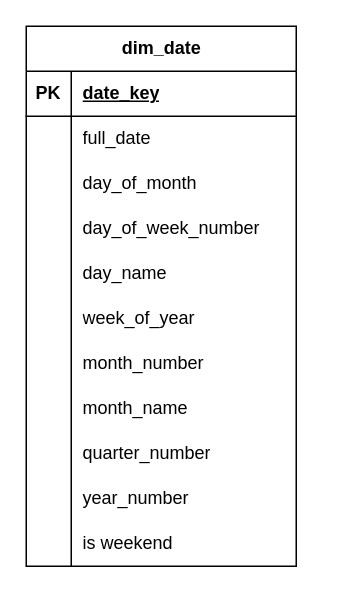
This is 02_documentation/star_schema.drawio from Rofhiwa-Muthivhi/olist_dwh_solution, a draw.io file, before an edit. Source tidied: cells renumbered, new cells numbered last; positions are measured from the earlier drawing's top-left corner, leaving out a move shared by most shapes. Both pictures are drawn from the tidied source at 150%, with x=0, y=0 at pixel (26, 26).
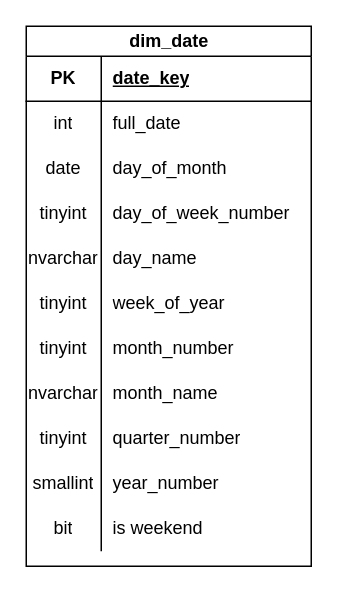
Above is the later version.

Commit message:
Star schema dim date table data types added.

What changed in the source:
```diff
@@
-    <mxCell id="2" value="dim_date" style="shape=table;startSize=30;childLayout=tableLayout;rowLines=0;fontStyle=1;align=center;html=1;" parent="1" vertex="1">
-      <mxGeometry width="180" height="360" as="geometry" />
+    <mxCell id="2" value="dim_date" style="shape=table;startSize=20;childLayout=tableLayout;rowLines=0;fontStyle=1;align=center;html=1;" parent="1" vertex="1">
+      <mxGeometry width="190" height="360" as="geometry" />
     </mxCell>
     <mxCell id="3" style="shape=tableRow;horizontal=0;startSize=0;swimlaneHead=0;swimlaneBody=0;fillColor=none;top=0;left=0;right=0;bottom=1;" parent="2" vertex="1">
-      <mxGeometry y="30" width="180" height="30" as="geometry" />
+      <mxGeometry y="20" width="190" height="30" as="geometry" />
     </mxCell>
     <mxCell id="4" value="PK" style="shape=partialRectangle;fillColor=none;top=0;left=0;bottom=0;right=0;fontStyle=1;overflow=hidden;whiteSpace=wrap;html=1;" parent="3" vertex="1">
-      <mxGeometry width="30" height="30" as="geometry" />
+      <mxGeometry width="50" height="30" as="geometry" />
     </mxCell>
     <mxCell id="5" value="date_key" style="shape=partialRectangle;fillColor=none;top=0;left=0;bottom=0;right=0;align=left;spacingLeft=6;fontStyle=5;overflow=hidden;whiteSpace=wrap;html=1;" parent="3" vertex="1">
-      <mxGeometry x="30" width="150" height="30" as="geometry" />
+      <mxGeometry x="50" width="140" height="30" as="geometry" />
     </mxCell>
     <mxCell id="6" style="shape=tableRow;horizontal=0;startSize=0;swimlaneHead=0;swimlaneBody=0;fillColor=none;top=0;left=0;right=0;bottom=0;" parent="2" vertex="1">
-      <mxGeometry y="60" width="180" height="30" as="geometry" />
+      <mxGeometry y="50" width="190" height="30" as="geometry" />
     </mxCell>
-    <mxCell id="7" style="shape=partialRectangle;fillColor=none;top=0;left=0;bottom=0;right=0;overflow=hidden;whiteSpace=wrap;html=1;" parent="6" vertex="1">
-      <mxGeometry width="30" height="30" as="geometry" />
+    <mxCell id="7" value="int" style="shape=partialRectangle;fillColor=none;top=0;left=0;bottom=0;right=0;overflow=hidden;whiteSpace=wrap;html=1;" parent="6" vertex="1">
+      <mxGeometry width="50" height="30" as="geometry" />
     </mxCell>
     <mxCell id="8" value="full_date" style="shape=partialRectangle;fillColor=none;top=0;left=0;bottom=0;right=0;align=left;spacingLeft=6;overflow=hidden;whiteSpace=wrap;html=1;" parent="6" vertex="1">
-      <mxGeometry x="30" width="150" height="30" as="geometry" />
+      <mxGeometry x="50" width="140" height="30" as="geometry" />
     </mxCell>
     <mxCell id="9" style="shape=tableRow;horizontal=0;startSize=0;swimlaneHead=0;swimlaneBody=0;fillColor=none;top=0;left=0;right=0;bottom=0;" parent="2" vertex="1">
-      <mxGeometry y="90" width="180" height="30" as="geometry" />
+      <mxGeometry y="80" width="190" height="30" as="geometry" />
     </mxCell>
-    <mxCell id="10" style="shape=partialRectangle;fillColor=none;top=0;left=0;bottom=0;right=0;overflow=hidden;whiteSpace=wrap;html=1;" parent="9" vertex="1">
-      <mxGeometry width="30" height="30" as="geometry" />
+    <mxCell id="10" value="date" style="shape=partialRectangle;fillColor=none;top=0;left=0;bottom=0;right=0;overflow=hidden;whiteSpace=wrap;html=1;" parent="9" vertex="1">
+      <mxGeometry width="50" height="30" as="geometry" />
     </mxCell>
     <mxCell id="11" value="day_of_month" style="shape=partialRectangle;fillColor=none;top=0;left=0;bottom=0;right=0;align=left;spacingLeft=6;overflow=hidden;whiteSpace=wrap;html=1;" parent="9" vertex="1">
-      <mxGeometry x="30" width="150" height="30" as="geometry" />
+      <mxGeometry x="50" width="140" height="30" as="geometry" />
     </mxCell>
     <mxCell id="12" style="shape=tableRow;horizontal=0;startSize=0;swimlaneHead=0;swimlaneBody=0;fillColor=none;points=[[0,0.5],[1,0.5]];portConstraint=eastwest;top=0;left=0;right=0;bottom=0;" parent="2" vertex="1">
-      <mxGeometry y="120" width="180" height="30" as="geometry" />
+      <mxGeometry y="110" width="190" height="30" as="geometry" />
     </mxCell>
-    <mxCell id="13" style="shape=partialRectangle;fillColor=none;top=0;left=0;bottom=0;right=0;overflow=hidden;whiteSpace=wrap;html=1;" parent="12" vertex="1">
-      <mxGeometry width="30" height="30" as="geometry" />
+    <mxCell id="13" value="tinyint" style="shape=partialRectangle;fillColor=none;top=0;left=0;bottom=0;right=0;overflow=hidden;whiteSpace=wrap;html=1;" parent="12" vertex="1">
+      <mxGeometry width="50" height="30" as="geometry" />
     </mxCell>
     <mxCell id="14" value="day_of_week_number" style="shape=partialRectangle;fillColor=none;top=0;left=0;bottom=0;right=0;align=left;spacingLeft=6;overflow=hidden;whiteSpace=wrap;html=1;" parent="12" vertex="1">
-      <mxGeometry x="30" width="150" height="30" as="geometry" />
+      <mxGeometry x="50" width="140" height="30" as="geometry" />
     </mxCell>
     <mxCell id="15" style="shape=tableRow;horizontal=0;startSize=0;swimlaneHead=0;swimlaneBody=0;fillColor=none;top=0;left=0;right=0;bottom=0;" parent="2" vertex="1">
-      <mxGeometry y="150" width="180" height="30" as="geometry" />
+      <mxGeometry y="140" width="190" height="30" as="geometry" />
     </mxCell>
-    <mxCell id="16" style="shape=partialRectangle;fillColor=none;top=0;left=0;bottom=0;right=0;overflow=hidden;whiteSpace=wrap;html=1;" parent="15" vertex="1">
-      <mxGeometry width="30" height="30" as="geometry" />
+    <mxCell id="16" value="nvarchar" style="shape=partialRectangle;fillColor=none;top=0;left=0;bottom=0;right=0;overflow=hidden;whiteSpace=wrap;html=1;" parent="15" vertex="1">
+      <mxGeometry width="50" height="30" as="geometry" />
     </mxCell>
     <mxCell id="17" value="day_name" style="shape=partialRectangle;fillColor=none;top=0;left=0;bottom=0;right=0;align=left;spacingLeft=6;overflow=hidden;whiteSpace=wrap;html=1;" parent="15" vertex="1">
-      <mxGeometry x="30" width="150" height="30" as="geometry" />
+      <mxGeometry x="50" width="140" height="30" as="geometry" />
     </mxCell>
     <mxCell id="18" style="shape=tableRow;horizontal=0;startSize=0;swimlaneHead=0;swimlaneBody=0;fillColor=none;top=0;left=0;right=0;bottom=0;" parent="2" vertex="1">
-      <mxGeometry y="180" width="180" height="30" as="geometry" />
+      <mxGeometry y="170" width="190" height="30" as="geometry" />
     </mxCell>
-    <mxCell id="19" style="shape=partialRectangle;fillColor=none;top=0;left=0;bottom=0;right=0;overflow=hidden;whiteSpace=wrap;html=1;" parent="18" vertex="1">
-      <mxGeometry width="30" height="30" as="geometry" />
+    <mxCell id="19" value="tinyint" style="shape=partialRectangle;fillColor=none;top=0;left=0;bottom=0;right=0;overflow=hidden;whiteSpace=wrap;html=1;" parent="18" vertex="1">
+      <mxGeometry width="50" height="30" as="geometry" />
     </mxCell>
     <mxCell id="20" value="week_of_year" style="shape=partialRectangle;fillColor=none;top=0;left=0;bottom=0;right=0;align=left;spacingLeft=6;overflow=hidden;whiteSpace=wrap;html=1;" parent="18" vertex="1">
-      <mxGeometry x="30" width="150" height="30" as="geometry" />
+      <mxGeometry x="50" width="140" height="30" as="geometry" />
     </mxCell>
     <mxCell id="21" style="shape=tableRow;horizontal=0;startSize=0;swimlaneHead=0;swimlaneBody=0;fillColor=none;top=0;left=0;right=0;bottom=0;" parent="2" vertex="1">
-      <mxGeometry y="210" width="180" height="30" as="geometry" />
+      <mxGeometry y="200" width="190" height="30" as="geometry" />
     </mxCell>
-    <mxCell id="22" style="shape=partialRectangle;fillColor=none;top=0;left=0;bottom=0;right=0;overflow=hidden;whiteSpace=wrap;html=1;" parent="21" vertex="1">
-      <mxGeometry width="30" height="30" as="geometry" />
+    <mxCell id="22" value="tinyint" style="shape=partialRectangle;fillColor=none;top=0;left=0;bottom=0;right=0;overflow=hidden;whiteSpace=wrap;html=1;" parent="21" vertex="1">
+      <mxGeometry width="50" height="30" as="geometry" />
     </mxCell>
     <mxCell id="23" value="month_number" style="shape=partialRectangle;fillColor=none;top=0;left=0;bottom=0;right=0;align=left;spacingLeft=6;overflow=hidden;whiteSpace=wrap;html=1;" parent="21" vertex="1">
-      <mxGeometry x="30" width="150" height="30" as="geometry" />
+      <mxGeometry x="50" width="140" height="30" as="geometry" />
     </mxCell>
     <mxCell id="24" style="shape=tableRow;horizontal=0;startSize=0;swimlaneHead=0;swimlaneBody=0;fillColor=none;top=0;left=0;right=0;bottom=0;" parent="2" vertex="1">
-      <mxGeometry y="240" width="180" height="30" as="geometry" />
+      <mxGeometry y="230" width="190" height="30" as="geometry" />
     </mxCell>
-    <mxCell id="25" style="shape=partialRectangle;fillColor=none;top=0;left=0;bottom=0;right=0;overflow=hidden;whiteSpace=wrap;html=1;" parent="24" vertex="1">
-      <mxGeometry width="30" height="30" as="geometry" />
+    <mxCell id="25" value="nvarchar" style="shape=partialRectangle;fillColor=none;top=0;left=0;bottom=0;right=0;overflow=hidden;whiteSpace=wrap;html=1;" parent="24" vertex="1">
+      <mxGeometry width="50" height="30" as="geometry" />
     </mxCell>
     <mxCell id="26" value="month_name" style="shape=partialRectangle;fillColor=none;top=0;left=0;bottom=0;right=0;align=left;spacingLeft=6;overflow=hidden;whiteSpace=wrap;html=1;" parent="24" vertex="1">
-      <mxGeometry x="30" width="150" height="30" as="geometry" />
+      <mxGeometry x="50" width="140" height="30" as="geometry" />
     </mxCell>
     <mxCell id="27" style="shape=tableRow;horizontal=0;startSize=0;swimlaneHead=0;swimlaneBody=0;fillColor=none;top=0;left=0;right=0;bottom=0;" parent="2" vertex="1">
-      <mxGeometry y="270" width="180" height="30" as="geometry" />
+      <mxGeometry y="260" width="190" height="30" as="geometry" />
     </mxCell>
-    <mxCell id="28" style="shape=partialRectangle;fillColor=none;top=0;left=0;bottom=0;right=0;overflow=hidden;whiteSpace=wrap;html=1;" parent="27" vertex="1">
-      <mxGeometry width="30" height="30" as="geometry" />
+    <mxCell id="28" value="tinyint" style="shape=partialRectangle;fillColor=none;top=0;left=0;bottom=0;right=0;overflow=hidden;whiteSpace=wrap;html=1;" parent="27" vertex="1">
+      <mxGeometry width="50" height="30" as="geometry" />
     </mxCell>
     <mxCell id="29" value="quarter_number" style="shape=partialRectangle;fillColor=none;top=0;left=0;bottom=0;right=0;align=left;spacingLeft=6;overflow=hidden;whiteSpace=wrap;html=1;" parent="27" vertex="1">
-      <mxGeometry x="30" width="150" height="30" as="geometry" />
+      <mxGeometry x="50" width="140" height="30" as="geometry" />
     </mxCell>
     <mxCell id="30" style="shape=tableRow;horizontal=0;startSize=0;swimlaneHead=0;swimlaneBody=0;fillColor=none;top=0;left=0;right=0;bottom=0;" parent="2" vertex="1">
-      <mxGeometry y="300" width="180" height="30" as="geometry" />
+      <mxGeometry y="290" width="190" height="30" as="geometry" />
     </mxCell>
-    <mxCell id="31" style="shape=partialRectangle;fillColor=none;top=0;left=0;bottom=0;right=0;overflow=hidden;whiteSpace=wrap;html=1;" parent="30" vertex="1">
-      <mxGeometry width="30" height="30" as="geometry" />
+    <mxCell id="31" value="smallint" style="shape=partialRectangle;fillColor=none;top=0;left=0;bottom=0;right=0;overflow=hidden;whiteSpace=wrap;html=1;" parent="30" vertex="1">
+      <mxGeometry width="50" height="30" as="geometry" />
     </mxCell>
     <mxCell id="32" value="year_number" style="shape=partialRectangle;fillColor=none;top=0;left=0;bottom=0;right=0;align=left;spacingLeft=6;overflow=hidden;whiteSpace=wrap;html=1;" parent="30" vertex="1">
-      <mxGeometry x="30" width="150" height="30" as="geometry" />
+      <mxGeometry x="50" width="140" height="30" as="geometry" />
     </mxCell>
     <mxCell id="33" style="shape=tableRow;horizontal=0;startSize=0;swimlaneHead=0;swimlaneBody=0;fillColor=none;top=0;left=0;right=0;bottom=0;" parent="2" vertex="1">
-      <mxGeometry y="330" width="180" height="30" as="geometry" />
+      <mxGeometry y="320" width="190" height="30" as="geometry" />
     </mxCell>
-    <mxCell id="34" style="shape=partialRectangle;fillColor=none;top=0;left=0;bottom=0;right=0;overflow=hidden;whiteSpace=wrap;html=1;" parent="33" vertex="1">
-      <mxGeometry width="30" height="30" as="geometry" />
+    <mxCell id="34" value="bit" style="shape=partialRectangle;fillColor=none;top=0;left=0;bottom=0;right=0;overflow=hidden;whiteSpace=wrap;html=1;" parent="33" vertex="1">
+      <mxGeometry width="50" height="30" as="geometry" />
     </mxCell>
     <mxCell id="35" value="is weekend" style="shape=partialRectangle;fillColor=none;top=0;left=0;bottom=0;right=0;align=left;spacingLeft=6;overflow=hidden;whiteSpace=wrap;html=1;" parent="33" vertex="1">
-      <mxGeometry x="30" width="150" height="30" as="geometry" />
+      <mxGeometry x="50" width="140" height="30" as="geometry" />
     </mxCell>
+    <mxCell id="36" style="edgeStyle=orthogonalEdgeStyle;rounded=0;orthogonalLoop=1;jettySize=auto;html=1;innerLoopWaypoints=1;exitX=1;exitY=0.5;exitDx=0;exitDy=0;defaultLabelBackgroundColor=page;labelPadding=0 4;" parent="2" edge="1" source="12" target="12">
+      <mxGeometry relative="1" as="geometry" />
+    </mxCell>
```
